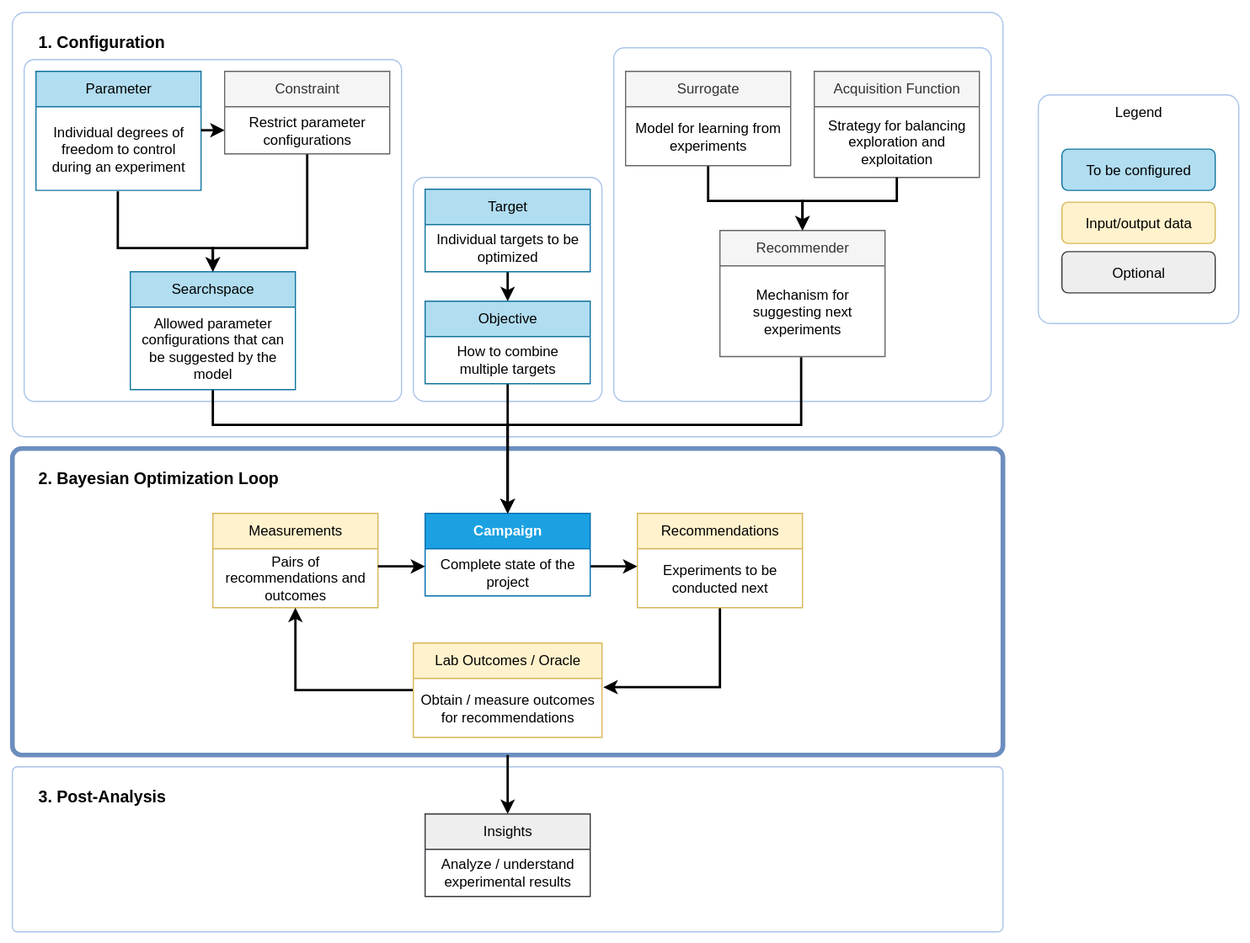
Earlier version of the draw.io export docs/_static/api_overview_light.svg (emdgroup/baybe). Source tidied: cells renumbered, new cells last; positions are measured from the earlier drawing's top-left corner, leaving out a move shared by most shapes.
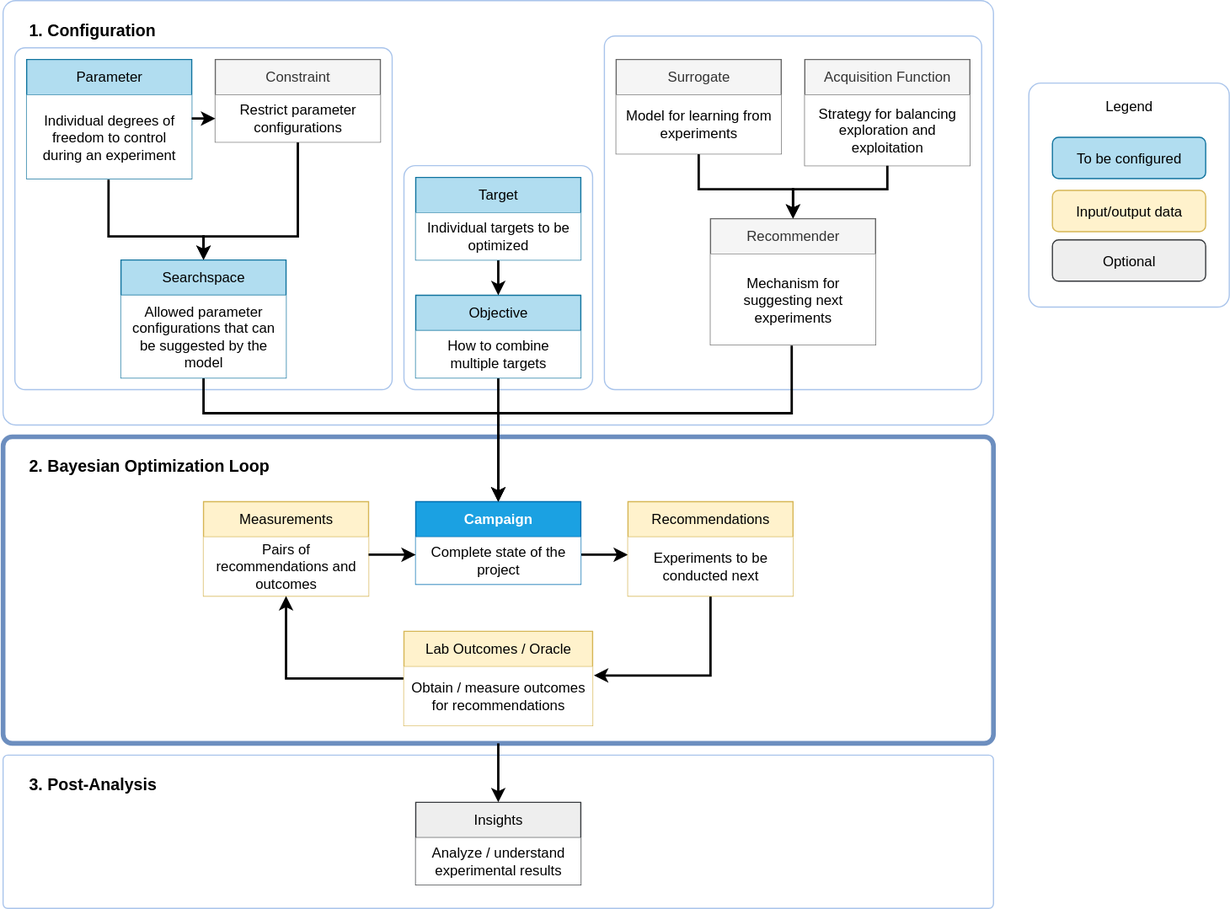
The same file after the commit.

What changed in the source:
```diff
@@ -2,11 +2,8 @@
   <root>
     <mxCell id="0" />
     <mxCell id="1" parent="0" />
-    <mxCell id="2" style="rounded=1;whiteSpace=wrap;html=1;arcSize=1;strokeColor=none;" parent="1" vertex="1">
-      <mxGeometry width="1060" height="800" as="geometry" />
-    </mxCell>
     <mxCell id="3" style="rounded=1;whiteSpace=wrap;html=1;fillColor=none;strokeColor=light-dark(#a9c4eb, #babdc0);arcSize=6;" parent="1" vertex="1">
-      <mxGeometry x="880" y="80" width="170" height="194" as="geometry" />
+      <mxGeometry x="880" y="80" width="170" height="190" as="geometry" />
     </mxCell>
     <mxCell id="4" style="rounded=1;whiteSpace=wrap;html=1;fillColor=none;strokeColor=#A9C4EB;arcSize=3;perimeterSpacing=0;" parent="1" vertex="1">
       <mxGeometry x="10" y="10" width="840" height="360" as="geometry" />
@@ -21,7 +18,7 @@
       <mxGeometry x="20" y="50" width="320" height="290" as="geometry" />
     </mxCell>
     <mxCell id="8" style="rounded=1;whiteSpace=wrap;html=1;fillColor=none;strokeColor=#A9C4EB;arcSize=3;" parent="1" vertex="1">
-      <mxGeometry x="10" y="650" width="840" height="140" as="geometry" />
+      <mxGeometry x="10" y="650" width="840" height="130" as="geometry" />
     </mxCell>
     <mxCell id="9" style="rounded=1;whiteSpace=wrap;html=1;arcSize=3;strokeWidth=4;fillColor=none;strokeColor=#6c8ebf;" parent="1" vertex="1">
       <mxGeometry x="10" y="380" width="840" height="260" as="geometry" />
@@ -37,7 +34,7 @@
     <mxCell id="11" value="Searchspace" style="swimlane;fontStyle=0;horizontal=1;startSize=30;whiteSpace=wrap;html=1;fillColor=#b1ddf0;strokeColor=#10739e;" parent="1" vertex="1">
       <mxGeometry x="110" y="230" width="140" height="100" as="geometry" />
     </mxCell>
-    <mxCell id="12" value="Allowed parameter configurations that can be suggested by the model" style="text;strokeColor=none;fillColor=none;align=center;verticalAlign=middle;spacingLeft=4;spacingRight=4;overflow=hidden;whiteSpace=wrap;html=1;" parent="11" vertex="1">
+    <mxCell id="12" value="Allowed parameter configurations that can be suggested by the model" style="text;strokeColor=none;fillColor=default;align=center;verticalAlign=middle;spacingLeft=4;spacingRight=4;overflow=hidden;whiteSpace=wrap;html=1;" parent="11" vertex="1">
       <mxGeometry y="30" width="140" height="70" as="geometry" />
     </mxCell>
     <mxCell id="13" style="edgeStyle=orthogonalEdgeStyle;rounded=0;jettySize=auto;html=1;strokeWidth=2;" parent="1" edge="1" source="15" target="27">
@@ -59,7 +56,7 @@
     <mxCell id="15" value="&lt;b&gt;Campaign&lt;/b&gt;" style="swimlane;fontStyle=0;horizontal=1;startSize=30;whiteSpace=wrap;html=1;fillColor=#1ba1e2;strokeColor=#006EAF;fontColor=#ffffff;" parent="1" vertex="1">
       <mxGeometry x="360" y="435" width="140" height="70" as="geometry" />
     </mxCell>
-    <mxCell id="16" value="Complete state of the project" style="text;strokeColor=none;fillColor=none;align=center;verticalAlign=middle;spacingLeft=4;spacingRight=4;overflow=hidden;whiteSpace=wrap;html=1;" parent="15" vertex="1">
+    <mxCell id="16" value="Complete state of the project" style="text;strokeColor=none;fillColor=default;align=center;verticalAlign=middle;spacingLeft=4;spacingRight=4;overflow=hidden;whiteSpace=wrap;html=1;" parent="15" vertex="1">
       <mxGeometry y="30" width="140" height="40" as="geometry" />
     </mxCell>
     <mxCell id="17" style="edgeStyle=orthogonalEdgeStyle;rounded=0;jettySize=auto;html=1;strokeWidth=2;entryX=0.5;entryY=0;entryDx=0;entryDy=0;" parent="1" edge="1" source="18" target="15">
@@ -71,9 +68,9 @@
       </mxGeometry>
     </mxCell>
     <mxCell id="18" value="Objective" style="swimlane;fontStyle=0;horizontal=1;startSize=30;whiteSpace=wrap;html=1;fillColor=#b1ddf0;strokeColor=#10739e;" parent="1" vertex="1">
-      <mxGeometry x="360" y="255" width="140" height="70" as="geometry" />
+      <mxGeometry x="360" y="260" width="140" height="70" as="geometry" />
     </mxCell>
-    <mxCell id="19" value="How to combine multiple targets" style="text;strokeColor=none;fillColor=none;align=center;verticalAlign=middle;spacingLeft=4;spacingRight=4;overflow=hidden;whiteSpace=wrap;html=1;" parent="18" vertex="1">
+    <mxCell id="19" value="How to combine multiple targets" style="text;strokeColor=none;fillColor=default;align=center;verticalAlign=middle;spacingLeft=4;spacingRight=4;overflow=hidden;whiteSpace=wrap;html=1;" parent="18" vertex="1">
       <mxGeometry y="30" width="140" height="40" as="geometry" />
     </mxCell>
     <mxCell id="20" style="edgeStyle=orthogonalEdgeStyle;rounded=0;jettySize=auto;html=1;entryX=0.5;entryY=0;entryDx=0;entryDy=0;strokeWidth=2;exitX=0.492;exitY=1.008;exitDx=0;exitDy=0;exitPerimeter=0;" parent="1" edge="1" source="22" target="15">
@@ -87,13 +84,13 @@
     <mxCell id="21" value="Recommender" style="swimlane;fontStyle=0;horizontal=1;startSize=30;whiteSpace=wrap;html=1;fillColor=#f5f5f5;strokeColor=#666666;fontColor=#333333;" parent="1" vertex="1">
       <mxGeometry x="610" y="195" width="140" height="107" as="geometry" />
     </mxCell>
-    <mxCell id="22" value="Mechanism for suggesting next experiments" style="text;strokeColor=none;fillColor=none;align=center;verticalAlign=middle;spacingLeft=4;spacingRight=4;overflow=hidden;points=[[0,0.5],[1,0.5]];portConstraint=eastwest;whiteSpace=wrap;html=1;" parent="21" vertex="1">
+    <mxCell id="22" value="Mechanism for suggesting next experiments" style="text;strokeColor=none;fillColor=default;align=center;verticalAlign=middle;spacingLeft=4;spacingRight=4;overflow=hidden;points=[[0,0.5],[1,0.5]];portConstraint=eastwest;whiteSpace=wrap;html=1;" parent="21" vertex="1">
       <mxGeometry y="30" width="140" height="77" as="geometry" />
     </mxCell>
     <mxCell id="23" value="Measurements" style="swimlane;fontStyle=0;horizontal=1;startSize=30;whiteSpace=wrap;html=1;fillColor=#fff2cc;strokeColor=#d6b656;" parent="1" vertex="1">
       <mxGeometry x="180" y="435" width="140" height="80" as="geometry" />
     </mxCell>
-    <mxCell id="24" value="Pairs of recommendations and outcomes" style="text;strokeColor=none;fillColor=none;align=center;verticalAlign=middle;spacingLeft=4;spacingRight=4;overflow=hidden;points=[[0,0.5],[1,0.5]];portConstraint=eastwest;whiteSpace=wrap;html=1;" parent="23" vertex="1">
+    <mxCell id="24" value="Pairs of recommendations and outcomes" style="text;strokeColor=none;fillColor=default;align=center;verticalAlign=middle;spacingLeft=4;spacingRight=4;overflow=hidden;points=[[0,0.5],[1,0.5]];portConstraint=eastwest;whiteSpace=wrap;html=1;" parent="23" vertex="1">
       <mxGeometry y="30" width="140" height="50" as="geometry" />
     </mxCell>
     <mxCell id="25" style="edgeStyle=orthogonalEdgeStyle;rounded=0;jettySize=auto;html=1;strokeWidth=2;" parent="1" edge="1" source="24" target="15">
@@ -110,7 +107,7 @@
     <mxCell id="27" value="Recommendations" style="swimlane;fontStyle=0;horizontal=1;startSize=30;whiteSpace=wrap;html=1;fillColor=#fff2cc;strokeColor=#d6b656;" parent="1" vertex="1">
       <mxGeometry x="540" y="435" width="140" height="80" as="geometry" />
     </mxCell>
-    <mxCell id="28" value="Experiments to be conducted next" style="text;strokeColor=none;fillColor=none;align=center;verticalAlign=middle;spacingLeft=4;spacingRight=4;overflow=hidden;whiteSpace=wrap;html=1;" parent="27" vertex="1">
+    <mxCell id="28" value="Experiments to be conducted next" style="text;align=center;verticalAlign=middle;spacingLeft=4;spacingRight=4;overflow=hidden;whiteSpace=wrap;html=1;fillColor=default;" parent="27" vertex="1">
       <mxGeometry y="30" width="140" height="50" as="geometry" />
     </mxCell>
     <mxCell id="29" style="edgeStyle=orthogonalEdgeStyle;rounded=0;jettySize=auto;html=1;strokeWidth=2;" parent="1" edge="1" source="30" target="23">
@@ -119,7 +116,7 @@
     <mxCell id="30" value="Lab Outcomes / Oracle" style="swimlane;fontStyle=0;horizontal=1;startSize=30;whiteSpace=wrap;html=1;fillColor=#fff2cc;strokeColor=#d6b656;" parent="1" vertex="1">
       <mxGeometry x="350" y="545" width="160" height="80" as="geometry" />
     </mxCell>
-    <mxCell id="31" value="Obtain / measure outcomes for recommendations" style="text;strokeColor=none;fillColor=none;align=center;verticalAlign=middle;spacingLeft=4;spacingRight=4;overflow=hidden;points=[[0,0.5],[1,0.5]];portConstraint=eastwest;whiteSpace=wrap;html=1;" parent="30" vertex="1">
+    <mxCell id="31" value="Obtain / measure outcomes for recommendations" style="text;strokeColor=none;fillColor=default;align=center;verticalAlign=middle;spacingLeft=4;spacingRight=4;overflow=hidden;points=[[0,0.5],[1,0.5]];portConstraint=eastwest;whiteSpace=wrap;html=1;" parent="30" vertex="1">
       <mxGeometry y="30" width="160" height="50" as="geometry" />
     </mxCell>
     <mxCell id="32" style="edgeStyle=orthogonalEdgeStyle;rounded=0;jettySize=auto;html=1;entryX=0.5;entryY=0;entryDx=0;entryDy=0;strokeWidth=2;exitX=0.496;exitY=1.012;exitDx=0;exitDy=0;exitPerimeter=0;" parent="1" edge="1" source="34" target="11">
@@ -133,7 +130,7 @@
     <mxCell id="33" value="Parameter" style="swimlane;fontStyle=0;horizontal=1;startSize=30;whiteSpace=wrap;html=1;fillColor=#b1ddf0;strokeColor=#10739e;gradientDirection=radial;" parent="1" vertex="1">
       <mxGeometry x="30" y="60" width="140" height="101" as="geometry" />
     </mxCell>
-    <mxCell id="34" value="Individual degrees of freedom to control during an experiment" style="text;strokeColor=none;fillColor=none;align=center;verticalAlign=middle;spacingLeft=4;spacingRight=4;overflow=hidden;points=[[0,0.5],[1,0.5]];portConstraint=eastwest;whiteSpace=wrap;html=1;" parent="33" vertex="1">
+    <mxCell id="34" value="Individual degrees of freedom to control during an experiment" style="text;strokeColor=none;fillColor=default;align=center;verticalAlign=middle;spacingLeft=4;spacingRight=4;overflow=hidden;points=[[0,0.5],[1,0.5]];portConstraint=eastwest;whiteSpace=wrap;html=1;" parent="33" vertex="1">
       <mxGeometry y="30" width="140" height="71" as="geometry" />
     </mxCell>
     <mxCell id="35" style="edgeStyle=orthogonalEdgeStyle;rounded=0;jettySize=auto;html=1;entryX=0.5;entryY=0;entryDx=0;entryDy=0;strokeWidth=2;" parent="1" edge="1" source="36" target="11">
@@ -147,13 +144,13 @@
     <mxCell id="36" value="Constraint" style="swimlane;fontStyle=0;horizontal=1;startSize=30;whiteSpace=wrap;html=1;fillColor=#f5f5f5;strokeColor=#666666;fontColor=#333333;" parent="1" vertex="1">
       <mxGeometry x="190" y="60" width="140" height="70" as="geometry" />
     </mxCell>
-    <mxCell id="37" value="Restrict parameter configurations" style="text;strokeColor=none;fillColor=none;align=center;verticalAlign=middle;spacingLeft=4;spacingRight=4;overflow=hidden;points=[[0,0.5],[1,0.5]];portConstraint=eastwest;whiteSpace=wrap;html=1;" parent="36" vertex="1">
+    <mxCell id="37" value="Restrict parameter configurations" style="text;strokeColor=none;fillColor=default;align=center;verticalAlign=middle;spacingLeft=4;spacingRight=4;overflow=hidden;points=[[0,0.5],[1,0.5]];portConstraint=eastwest;whiteSpace=wrap;html=1;" parent="36" vertex="1">
       <mxGeometry y="30" width="140" height="40" as="geometry" />
     </mxCell>
     <mxCell id="38" value="Insights" style="swimlane;fontStyle=0;horizontal=1;startSize=30;whiteSpace=wrap;html=1;fillColor=#eeeeee;strokeColor=#36393d;" parent="1" vertex="1">
       <mxGeometry x="360" y="690" width="140" height="70" as="geometry" />
     </mxCell>
-    <mxCell id="39" value="Analyze / understand experimental results" style="text;strokeColor=none;fillColor=none;align=center;verticalAlign=middle;spacingLeft=4;spacingRight=4;overflow=hidden;whiteSpace=wrap;html=1;" parent="38" vertex="1">
+    <mxCell id="39" value="Analyze / understand experimental results" style="text;strokeColor=none;fillColor=default;align=center;verticalAlign=middle;spacingLeft=4;spacingRight=4;overflow=hidden;whiteSpace=wrap;html=1;" parent="38" vertex="1">
       <mxGeometry y="30" width="140" height="40" as="geometry" />
     </mxCell>
     <mxCell id="40" style="edgeStyle=orthogonalEdgeStyle;rounded=0;jettySize=auto;html=1;strokeWidth=2;" parent="1" edge="1" source="41" target="18">
@@ -167,7 +164,7 @@
     <mxCell id="41" value="Target" style="swimlane;fontStyle=0;horizontal=1;startSize=30;whiteSpace=wrap;html=1;fillColor=#b1ddf0;strokeColor=#10739e;" parent="1" vertex="1">
       <mxGeometry x="360" y="160" width="140" height="70" as="geometry" />
     </mxCell>
-    <mxCell id="42" value="Individual targets to be optimized" style="text;strokeColor=none;fillColor=none;align=center;verticalAlign=middle;spacingLeft=4;spacingRight=4;overflow=hidden;whiteSpace=wrap;html=1;" parent="41" vertex="1">
+    <mxCell id="42" value="Individual targets to be optimized" style="text;strokeColor=none;fillColor=default;align=center;verticalAlign=middle;spacingLeft=4;spacingRight=4;overflow=hidden;whiteSpace=wrap;html=1;" parent="41" vertex="1">
       <mxGeometry y="30" width="140" height="40" as="geometry" />
     </mxCell>
     <mxCell id="43" value="&lt;b&gt;&lt;font style=&quot;font-size: 14px;&quot;&gt;1. Configuration&lt;/font&gt;&lt;/b&gt;" style="text;html=1;align=left;verticalAlign=middle;whiteSpace=wrap;rounded=0;" parent="1" vertex="1">
@@ -199,13 +196,13 @@
     <mxCell id="48" value="Surrogate" style="swimlane;fontStyle=0;horizontal=1;startSize=30;whiteSpace=wrap;html=1;fillColor=#f5f5f5;strokeColor=#666666;fontColor=#333333;" parent="1" vertex="1">
       <mxGeometry x="530" y="60" width="140" height="80" as="geometry" />
     </mxCell>
-    <mxCell id="49" value="Model for learning from experiments" style="text;strokeColor=none;fillColor=none;align=center;verticalAlign=middle;spacingLeft=4;spacingRight=4;overflow=hidden;whiteSpace=wrap;html=1;" parent="48" vertex="1">
+    <mxCell id="49" value="Model for learning from experiments" style="text;align=center;verticalAlign=middle;spacingLeft=4;spacingRight=4;overflow=hidden;whiteSpace=wrap;html=1;fillColor=default;" parent="48" vertex="1">
       <mxGeometry y="30" width="140" height="50" as="geometry" />
     </mxCell>
     <mxCell id="50" value="Acquisition Function" style="swimlane;fontStyle=0;horizontal=1;startSize=30;whiteSpace=wrap;html=1;fillColor=#f5f5f5;strokeColor=#666666;fontColor=#333333;" parent="1" vertex="1">
       <mxGeometry x="690" y="60" width="140" height="90" as="geometry" />
     </mxCell>
-    <mxCell id="51" value="Strategy for balancing exploration and exploitation" style="text;strokeColor=none;fillColor=none;align=center;verticalAlign=middle;spacingLeft=4;spacingRight=4;overflow=hidden;whiteSpace=wrap;html=1;" parent="50" vertex="1">
+    <mxCell id="51" value="Strategy for balancing exploration and exploitation" style="text;strokeColor=none;fillColor=default;align=center;verticalAlign=middle;spacingLeft=4;spacingRight=4;overflow=hidden;whiteSpace=wrap;html=1;" parent="50" vertex="1">
       <mxGeometry y="30" width="140" height="60" as="geometry" />
     </mxCell>
     <mxCell id="52" style="edgeStyle=orthogonalEdgeStyle;rounded=0;jettySize=auto;html=1;entryX=0.5;entryY=0;entryDx=0;entryDy=0;strokeWidth=2;exitX=0.5;exitY=1;exitDx=0;exitDy=0;" parent="1" edge="1" source="50">
@@ -224,7 +221,7 @@
       <mxGeometry x="900" y="126" width="130" height="35" as="geometry" />
     </mxCell>
     <mxCell id="55" value="Legend" style="text;html=1;align=center;verticalAlign=middle;whiteSpace=wrap;rounded=0;" parent="1" vertex="1">
-      <mxGeometry x="935" y="80" width="60" height="30" as="geometry" />
+      <mxGeometry x="935" y="85" width="60" height="30" as="geometry" />
     </mxCell>
     <mxCell id="56" value="&lt;span style=&quot;font-weight: normal;&quot;&gt;Input/output data&lt;/span&gt;" style="rounded=1;whiteSpace=wrap;html=1;fillColor=#fff2cc;strokeColor=#d6b656;fontStyle=1;" parent="1" vertex="1">
       <mxGeometry x="900" y="171" width="130" height="35" as="geometry" />
```
